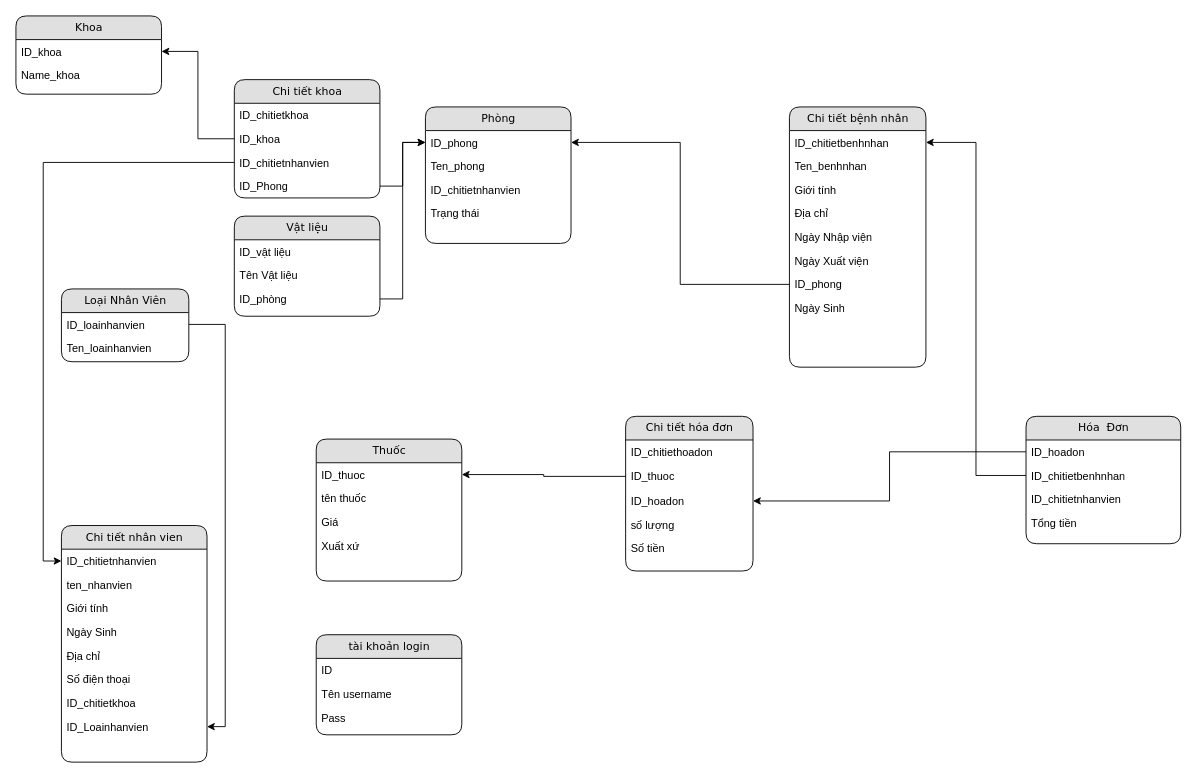
Before: Untitled Diagram.drawio in lethanhdat12/hospitalManager, a draw.io diagram. Source tidied: cells renumbered, new cells numbered last; positions are measured from the earlier drawing's top-left corner, leaving out a move shared by most shapes. Both pictures are drawn from the tidied source at 91%, with x=0, y=0 at pixel (15, 15).
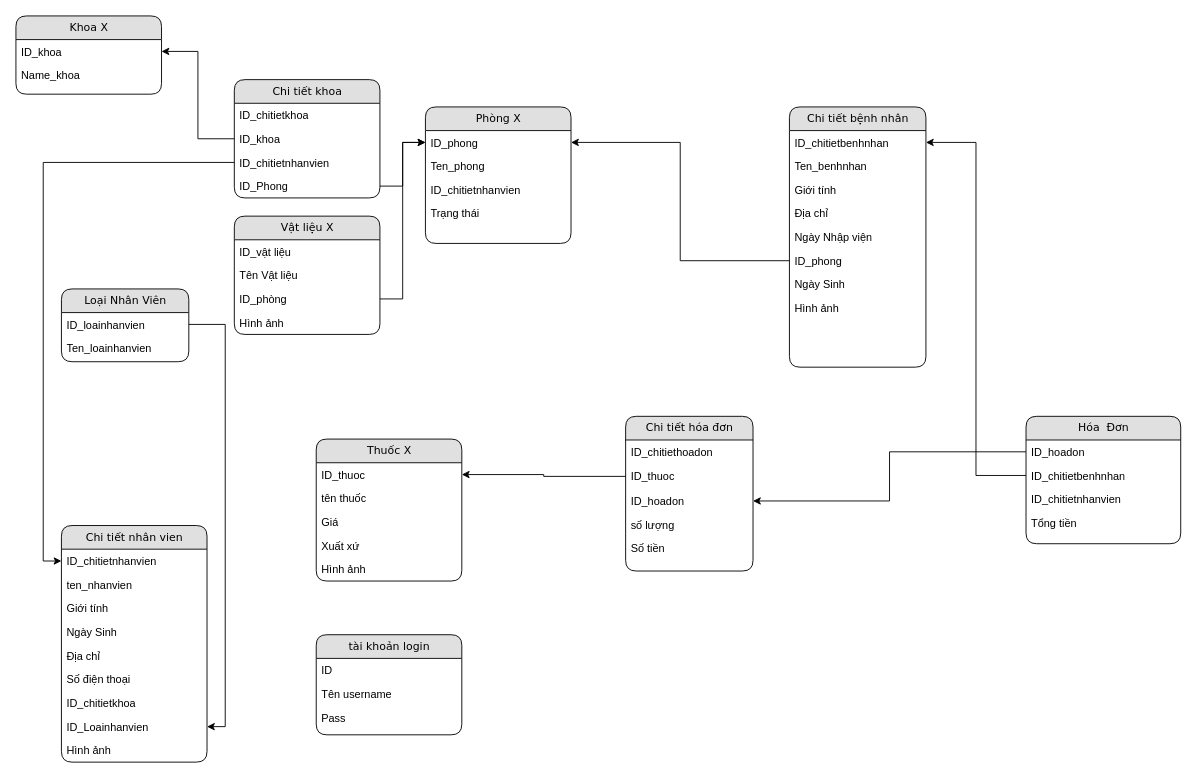
Above is the later version.

Unchanged cells that the change refers to:
```xml
<mxCell id="15" value="Chi tiết nhân vien" style="swimlane;html=1;fontStyle=0;horizontal=1;startSize=26;fillColor=#e0e0e0;swimlaneFillColor=#ffffff;align=center;rounded=1;shadow=0;comic=0;labelBackgroundColor=none;strokeWidth=1;fontFamily=Verdana;fontSize=12;" parent="1" vertex="1">
  <mxGeometry x="50" y="560" width="160" height="260" as="geometry" />
</mxCell>
<mxCell id="58" value="Chi tiết bệnh nhân" style="swimlane;html=1;fontStyle=0;horizontal=1;startSize=26;fillColor=#e0e0e0;swimlaneFillColor=#ffffff;align=center;rounded=1;shadow=0;comic=0;labelBackgroundColor=none;strokeWidth=1;fontFamily=Verdana;fontSize=12;" parent="1" vertex="1">
  <mxGeometry x="850" y="100" width="150" height="286" as="geometry" />
</mxCell>
```

What changed in the source:
```diff
@@
-    <mxCell id="2" value="Phòng" style="swimlane;html=1;fontStyle=0;horizontal=1;startSize=26;fillColor=#e0e0e0;swimlaneFillColor=#ffffff;align=center;rounded=1;shadow=0;comic=0;labelBackgroundColor=none;strokeWidth=1;fontFamily=Verdana;fontSize=12;" parent="1" vertex="1">
+    <mxCell id="2" value="Phòng X" style="swimlane;html=1;fontStyle=0;horizontal=1;startSize=26;fillColor=#e0e0e0;swimlaneFillColor=#ffffff;align=center;rounded=1;shadow=0;comic=0;labelBackgroundColor=none;strokeWidth=1;fontFamily=Verdana;fontSize=12;" parent="1" vertex="1">
       <mxGeometry x="450" y="100" width="160" height="150" as="geometry" />
     </mxCell>
@@
+    <mxCell id="69" value="Hình ảnh" style="text;html=1;strokeColor=none;fillColor=none;spacingLeft=4;spacingRight=4;whiteSpace=wrap;overflow=hidden;" parent="15" vertex="1">
+      <mxGeometry y="234" width="160" height="26" as="geometry" />
+    </mxCell>
@@
-    <mxCell id="28" value="Vật liệu" style="swimlane;html=1;fontStyle=0;horizontal=1;startSize=26;fillColor=#e0e0e0;swimlaneFillColor=#ffffff;align=center;rounded=1;shadow=0;comic=0;labelBackgroundColor=none;strokeWidth=1;fontFamily=Verdana;fontSize=12;" parent="1" vertex="1">
-      <mxGeometry x="240" y="220" width="160" height="110" as="geometry" />
+    <mxCell id="28" value="Vật liệu X" style="swimlane;html=1;fontStyle=0;horizontal=1;startSize=26;fillColor=#e0e0e0;swimlaneFillColor=#ffffff;align=center;rounded=1;shadow=0;comic=0;labelBackgroundColor=none;strokeWidth=1;fontFamily=Verdana;fontSize=12;" parent="1" vertex="1">
+      <mxGeometry x="240" y="220" width="160" height="130" as="geometry" />
     </mxCell>
@@
+    <mxCell id="70" value="Hình ảnh" style="text;html=1;strokeColor=none;fillColor=none;spacingLeft=4;spacingRight=4;whiteSpace=wrap;overflow=hidden;" parent="28" vertex="1">
+      <mxGeometry y="104" width="160" height="26" as="geometry" />
+    </mxCell>
-    <mxCell id="32" value="Khoa" style="swimlane;html=1;fontStyle=0;horizontal=1;startSize=26;fillColor=#e0e0e0;swimlaneFillColor=#ffffff;align=center;rounded=1;shadow=0;comic=0;labelBackgroundColor=none;strokeWidth=1;fontFamily=Verdana;fontSize=12;" parent="1" vertex="1">
+    <mxCell id="32" value="Khoa X" style="swimlane;html=1;fontStyle=0;horizontal=1;startSize=26;fillColor=#e0e0e0;swimlaneFillColor=#ffffff;align=center;rounded=1;shadow=0;comic=0;labelBackgroundColor=none;strokeWidth=1;fontFamily=Verdana;fontSize=12;" parent="1" vertex="1">
       <mxGeometry width="160" height="86" as="geometry" />
     </mxCell>
@@
-    <mxCell id="49" value="Thuốc" style="swimlane;html=1;fontStyle=0;horizontal=1;startSize=26;fillColor=#e0e0e0;swimlaneFillColor=#ffffff;align=center;rounded=1;shadow=0;comic=0;labelBackgroundColor=none;strokeWidth=1;fontFamily=Verdana;fontSize=12;" parent="1" vertex="1">
+    <mxCell id="49" value="Thuốc X" style="swimlane;html=1;fontStyle=0;horizontal=1;startSize=26;fillColor=#e0e0e0;swimlaneFillColor=#ffffff;align=center;rounded=1;shadow=0;comic=0;labelBackgroundColor=none;strokeWidth=1;fontFamily=Verdana;fontSize=12;" parent="1" vertex="1">
       <mxGeometry x="330" y="465" width="160" height="156" as="geometry" />
     </mxCell>
@@
+    <mxCell id="71" value="Hình ảnh" style="text;html=1;strokeColor=none;fillColor=none;spacingLeft=4;spacingRight=4;whiteSpace=wrap;overflow=hidden;" parent="49" vertex="1">
+      <mxGeometry y="130" width="160" height="26" as="geometry" />
+    </mxCell>
@@
-    <mxCell id="64" value="Ngày Xuất viện" style="text;html=1;strokeColor=none;fillColor=none;spacingLeft=4;spacingRight=4;whiteSpace=wrap;overflow=hidden;" parent="58" vertex="1">
-      <mxGeometry y="156" width="150" height="26" as="geometry" />
-    </mxCell>
     <mxCell id="65" value="ID_phong" style="text;html=1;strokeColor=none;fillColor=none;spacingLeft=4;spacingRight=4;whiteSpace=wrap;overflow=hidden;points=[[0,0.5],[1,0.5]];portConstraint=eastwest;" parent="58" vertex="1">
-      <mxGeometry y="182" width="150" height="26" as="geometry" />
+      <mxGeometry y="156" width="150" height="26" as="geometry" />
     </mxCell>
     <mxCell id="66" value="Ngày Sinh" style="text;html=1;strokeColor=none;fillColor=none;spacingLeft=4;spacingRight=4;whiteSpace=wrap;overflow=hidden;" parent="58" vertex="1">
-      <mxGeometry y="208" width="150" height="26" as="geometry" />
+      <mxGeometry y="182" width="150" height="26" as="geometry" />
     </mxCell>
+    <mxCell id="72" value="Hình ảnh" style="text;html=1;strokeColor=none;fillColor=none;spacingLeft=4;spacingRight=4;whiteSpace=wrap;overflow=hidden;" parent="58" vertex="1">
+      <mxGeometry y="208" width="150" height="26" as="geometry" />
+    </mxCell>
```
